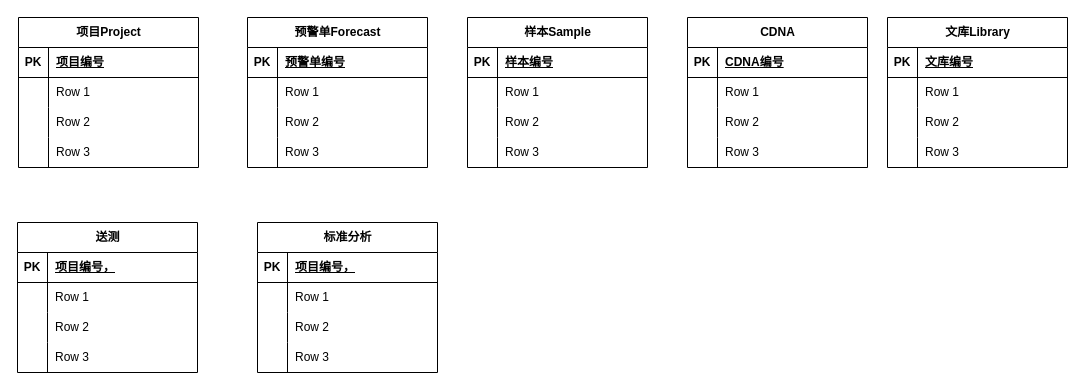
Before: singler/OA-LIMS.drawio in fanxingzhiduoshao/ER, a draw.io diagram. Source tidied: cells renumbered, new cells numbered last; positions are measured from the earlier drawing's top-left corner, leaving out a move shared by most shapes. Both pictures are drawn from the tidied source at 100%, with x=0, y=0 at pixel (17, 17).
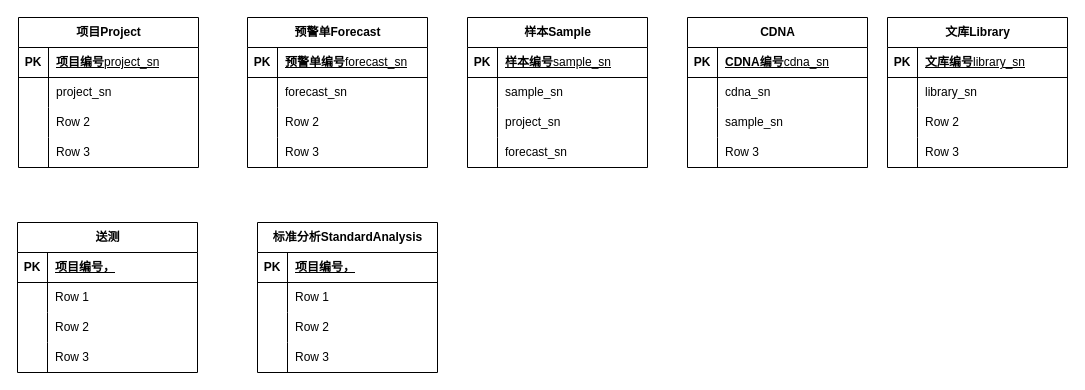
The same page after the edit.

Unchanged cells that the change refers to:
```xml
<mxCell id="3" style="shape=tableRow;horizontal=0;startSize=0;swimlaneHead=0;swimlaneBody=0;fillColor=none;top=0;left=0;right=0;bottom=1;" parent="2" vertex="1">
  <mxGeometry y="30" width="180" height="30" as="geometry" />
</mxCell>
<mxCell id="6" style="shape=tableRow;horizontal=0;startSize=0;swimlaneHead=0;swimlaneBody=0;fillColor=none;top=0;left=0;right=0;bottom=0;" parent="2" vertex="1">
  <mxGeometry y="60" width="180" height="30" as="geometry" />
</mxCell>
<mxCell id="16" style="shape=tableRow;horizontal=0;startSize=0;swimlaneHead=0;swimlaneBody=0;fillColor=none;top=0;left=0;right=0;bottom=1;" parent="15" vertex="1">
  <mxGeometry y="30" width="180" height="30" as="geometry" />
</mxCell>
<mxCell id="19" style="shape=tableRow;horizontal=0;startSize=0;swimlaneHead=0;swimlaneBody=0;fillColor=none;top=0;left=0;right=0;bottom=0;" parent="15" vertex="1">
  <mxGeometry y="60" width="180" height="30" as="geometry" />
</mxCell>
<mxCell id="29" style="shape=tableRow;horizontal=0;startSize=0;swimlaneHead=0;swimlaneBody=0;fillColor=none;top=0;left=0;right=0;bottom=1;" parent="28" vertex="1">
  <mxGeometry y="30" width="180" height="30" as="geometry" />
</mxCell>
<mxCell id="32" style="shape=tableRow;horizontal=0;startSize=0;swimlaneHead=0;swimlaneBody=0;fillColor=none;top=0;left=0;right=0;bottom=0;" parent="28" vertex="1">
  <mxGeometry y="60" width="180" height="30" as="geometry" />
</mxCell>
<mxCell id="35" style="shape=tableRow;horizontal=0;startSize=0;swimlaneHead=0;swimlaneBody=0;fillColor=none;top=0;left=0;right=0;bottom=0;" parent="28" vertex="1">
  <mxGeometry y="90" width="180" height="30" as="geometry" />
</mxCell>
<mxCell id="38" style="shape=tableRow;horizontal=0;startSize=0;swimlaneHead=0;swimlaneBody=0;fillColor=none;top=0;left=0;right=0;bottom=0;" parent="28" vertex="1">
  <mxGeometry y="120" width="180" height="30" as="geometry" />
</mxCell>
<mxCell id="42" style="shape=tableRow;horizontal=0;startSize=0;swimlaneHead=0;swimlaneBody=0;fillColor=none;top=0;left=0;right=0;bottom=1;" parent="41" vertex="1">
  <mxGeometry y="30" width="180" height="30" as="geometry" />
</mxCell>
<mxCell id="45" style="shape=tableRow;horizontal=0;startSize=0;swimlaneHead=0;swimlaneBody=0;fillColor=none;top=0;left=0;right=0;bottom=0;" parent="41" vertex="1">
  <mxGeometry y="60" width="180" height="30" as="geometry" />
</mxCell>
<mxCell id="48" style="shape=tableRow;horizontal=0;startSize=0;swimlaneHead=0;swimlaneBody=0;fillColor=none;top=0;left=0;right=0;bottom=0;" parent="41" vertex="1">
  <mxGeometry y="90" width="180" height="30" as="geometry" />
</mxCell>
<mxCell id="55" style="shape=tableRow;horizontal=0;startSize=0;swimlaneHead=0;swimlaneBody=0;fillColor=none;top=0;left=0;right=0;bottom=1;" parent="54" vertex="1">
  <mxGeometry y="30" width="180" height="30" as="geometry" />
</mxCell>
<mxCell id="58" style="shape=tableRow;horizontal=0;startSize=0;swimlaneHead=0;swimlaneBody=0;fillColor=none;top=0;left=0;right=0;bottom=0;" parent="54" vertex="1">
  <mxGeometry y="60" width="180" height="30" as="geometry" />
</mxCell>
```

What changed in the source:
```diff
@@
-    <mxCell id="5" value="项目编号" style="shape=partialRectangle;fillColor=none;top=0;left=0;bottom=0;right=0;align=left;spacingLeft=6;fontStyle=5;overflow=hidden;whiteSpace=wrap;html=1;" parent="3" vertex="1">
+    <mxCell id="5" value="项目编号&lt;span style=&quot;font-weight: 400;&quot;&gt;project_sn&lt;/span&gt;" style="shape=partialRectangle;fillColor=none;top=0;left=0;bottom=0;right=0;align=left;spacingLeft=6;fontStyle=5;overflow=hidden;whiteSpace=wrap;html=1;" parent="3" vertex="1">
       <mxGeometry x="30" width="150" height="30" as="geometry" />
     </mxCell>
@@
-    <mxCell id="8" value="Row 1" style="shape=partialRectangle;fillColor=none;top=0;left=0;bottom=0;right=0;align=left;spacingLeft=6;overflow=hidden;whiteSpace=wrap;html=1;" parent="6" vertex="1">
+    <mxCell id="8" value="project_sn" style="shape=partialRectangle;fillColor=none;top=0;left=0;bottom=0;right=0;align=left;spacingLeft=6;overflow=hidden;whiteSpace=wrap;html=1;" parent="6" vertex="1">
       <mxGeometry x="30" width="150" height="30" as="geometry" />
     </mxCell>
@@
-    <mxCell id="18" value="预警单编号" style="shape=partialRectangle;fillColor=none;top=0;left=0;bottom=0;right=0;align=left;spacingLeft=6;fontStyle=5;overflow=hidden;whiteSpace=wrap;html=1;" parent="16" vertex="1">
+    <mxCell id="18" value="预警单编号&lt;span style=&quot;font-weight: 400;&quot;&gt;forecast_sn&lt;/span&gt;" style="shape=partialRectangle;fillColor=none;top=0;left=0;bottom=0;right=0;align=left;spacingLeft=6;fontStyle=5;overflow=hidden;whiteSpace=wrap;html=1;" parent="16" vertex="1">
       <mxGeometry x="30" width="150" height="30" as="geometry" />
     </mxCell>
@@
-    <mxCell id="21" value="Row 1" style="shape=partialRectangle;fillColor=none;top=0;left=0;bottom=0;right=0;align=left;spacingLeft=6;overflow=hidden;whiteSpace=wrap;html=1;" parent="19" vertex="1">
+    <mxCell id="21" value="forecast_sn" style="shape=partialRectangle;fillColor=none;top=0;left=0;bottom=0;right=0;align=left;spacingLeft=6;overflow=hidden;whiteSpace=wrap;html=1;" parent="19" vertex="1">
       <mxGeometry x="30" width="150" height="30" as="geometry" />
     </mxCell>
@@
-    <mxCell id="31" value="样本编号" style="shape=partialRectangle;fillColor=none;top=0;left=0;bottom=0;right=0;align=left;spacingLeft=6;fontStyle=5;overflow=hidden;whiteSpace=wrap;html=1;" parent="29" vertex="1">
+    <mxCell id="31" value="样本编号&lt;span style=&quot;font-weight: 400;&quot;&gt;sample_sn&lt;/span&gt;" style="shape=partialRectangle;fillColor=none;top=0;left=0;bottom=0;right=0;align=left;spacingLeft=6;fontStyle=5;overflow=hidden;whiteSpace=wrap;html=1;" parent="29" vertex="1">
       <mxGeometry x="30" width="150" height="30" as="geometry" />
     </mxCell>
@@
-    <mxCell id="34" value="Row 1" style="shape=partialRectangle;fillColor=none;top=0;left=0;bottom=0;right=0;align=left;spacingLeft=6;overflow=hidden;whiteSpace=wrap;html=1;" parent="32" vertex="1">
+    <mxCell id="34" value="sample_sn" style="shape=partialRectangle;fillColor=none;top=0;left=0;bottom=0;right=0;align=left;spacingLeft=6;overflow=hidden;whiteSpace=wrap;html=1;" parent="32" vertex="1">
       <mxGeometry x="30" width="150" height="30" as="geometry" />
     </mxCell>
@@
-    <mxCell id="37" value="Row 2" style="shape=partialRectangle;fillColor=none;top=0;left=0;bottom=0;right=0;align=left;spacingLeft=6;overflow=hidden;whiteSpace=wrap;html=1;" parent="35" vertex="1">
+    <mxCell id="37" value="project_sn" style="shape=partialRectangle;fillColor=none;top=0;left=0;bottom=0;right=0;align=left;spacingLeft=6;overflow=hidden;whiteSpace=wrap;html=1;" parent="35" vertex="1">
       <mxGeometry x="30" width="150" height="30" as="geometry" />
     </mxCell>
@@
-    <mxCell id="40" value="Row 3" style="shape=partialRectangle;fillColor=none;top=0;left=0;bottom=0;right=0;align=left;spacingLeft=6;overflow=hidden;whiteSpace=wrap;html=1;" parent="38" vertex="1">
+    <mxCell id="40" value="forecast_sn" style="shape=partialRectangle;fillColor=none;top=0;left=0;bottom=0;right=0;align=left;spacingLeft=6;overflow=hidden;whiteSpace=wrap;html=1;" parent="38" vertex="1">
       <mxGeometry x="30" width="150" height="30" as="geometry" />
     </mxCell>
@@
-    <mxCell id="44" value="CDNA编号" style="shape=partialRectangle;fillColor=none;top=0;left=0;bottom=0;right=0;align=left;spacingLeft=6;fontStyle=5;overflow=hidden;whiteSpace=wrap;html=1;" parent="42" vertex="1">
+    <mxCell id="44" value="CDNA编号&lt;span style=&quot;font-weight: 400;&quot;&gt;cdna_sn&lt;/span&gt;" style="shape=partialRectangle;fillColor=none;top=0;left=0;bottom=0;right=0;align=left;spacingLeft=6;fontStyle=5;overflow=hidden;whiteSpace=wrap;html=1;" parent="42" vertex="1">
       <mxGeometry x="30" width="150" height="30" as="geometry" />
     </mxCell>
@@
-    <mxCell id="47" value="Row 1" style="shape=partialRectangle;fillColor=none;top=0;left=0;bottom=0;right=0;align=left;spacingLeft=6;overflow=hidden;whiteSpace=wrap;html=1;" parent="45" vertex="1">
+    <mxCell id="47" value="cdna_sn" style="shape=partialRectangle;fillColor=none;top=0;left=0;bottom=0;right=0;align=left;spacingLeft=6;overflow=hidden;whiteSpace=wrap;html=1;" parent="45" vertex="1">
       <mxGeometry x="30" width="150" height="30" as="geometry" />
     </mxCell>
@@
-    <mxCell id="50" value="Row 2" style="shape=partialRectangle;fillColor=none;top=0;left=0;bottom=0;right=0;align=left;spacingLeft=6;overflow=hidden;whiteSpace=wrap;html=1;" parent="48" vertex="1">
+    <mxCell id="50" value="sample_sn" style="shape=partialRectangle;fillColor=none;top=0;left=0;bottom=0;right=0;align=left;spacingLeft=6;overflow=hidden;whiteSpace=wrap;html=1;" parent="48" vertex="1">
       <mxGeometry x="30" width="150" height="30" as="geometry" />
     </mxCell>
@@
-    <mxCell id="57" value="文库编号" style="shape=partialRectangle;fillColor=none;top=0;left=0;bottom=0;right=0;align=left;spacingLeft=6;fontStyle=5;overflow=hidden;whiteSpace=wrap;html=1;" parent="55" vertex="1">
+    <mxCell id="57" value="文库编号&lt;span style=&quot;font-weight: 400;&quot;&gt;library_sn&lt;/span&gt;" style="shape=partialRectangle;fillColor=none;top=0;left=0;bottom=0;right=0;align=left;spacingLeft=6;fontStyle=5;overflow=hidden;whiteSpace=wrap;html=1;" parent="55" vertex="1">
       <mxGeometry x="30" width="150" height="30" as="geometry" />
     </mxCell>
@@
-    <mxCell id="60" value="Row 1" style="shape=partialRectangle;fillColor=none;top=0;left=0;bottom=0;right=0;align=left;spacingLeft=6;overflow=hidden;whiteSpace=wrap;html=1;" parent="58" vertex="1">
+    <mxCell id="60" value="library_sn" style="shape=partialRectangle;fillColor=none;top=0;left=0;bottom=0;right=0;align=left;spacingLeft=6;overflow=hidden;whiteSpace=wrap;html=1;" parent="58" vertex="1">
       <mxGeometry x="30" width="150" height="30" as="geometry" />
     </mxCell>
@@
-    <mxCell id="80" value="标准分析" style="shape=table;startSize=30;childLayout=tableLayout;rowLines=0;fontStyle=1;align=center;html=1;" parent="1" vertex="1">
+    <mxCell id="80" value="标准分析StandardAnalysis" style="shape=table;startSize=30;childLayout=tableLayout;rowLines=0;fontStyle=1;align=center;html=1;" parent="1" vertex="1">
       <mxGeometry x="240" y="205" width="180" height="150" as="geometry" />
     </mxCell>
```
